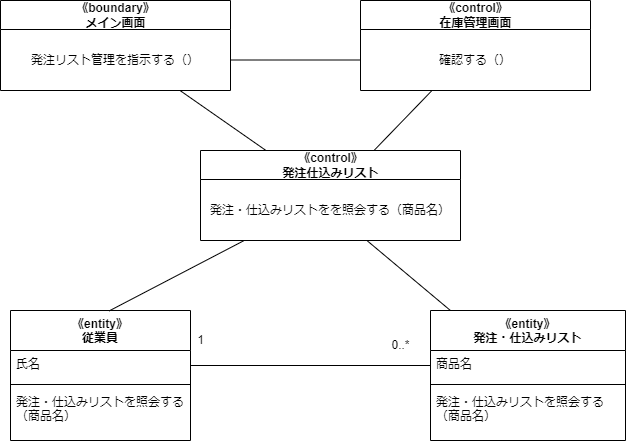
This is psp4/分析モデルのクラス図/分析モデルクラス図_発注仕込み.drawio.png from MasakiHiguchi/---, a draw.io export, as it was before one commit. Source tidied: cells renumbered, new cells last; positions are measured from the earlier drawing's top-left corner, leaving out a move shared by most shapes.
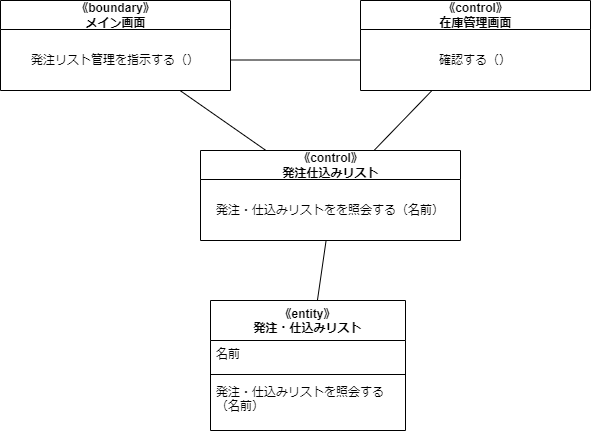
Above is the later version.

The edit, as a diff of the source:
```diff
@@ -2,25 +2,10 @@
   <root>
     <mxCell id="0" />
     <mxCell id="1" parent="0" />
-    <mxCell id="2" value="《entity》&#10;従業員" style="swimlane;fontStyle=1;align=center;verticalAlign=top;horizontal=1;startSize=40;" parent="1" vertex="1">
-      <mxGeometry x="10" y="310" width="180" height="130" as="geometry" />
-    </mxCell>
-    <mxCell id="3" value="氏名" style="text;strokeColor=none;fillColor=none;align=left;verticalAlign=top;spacingLeft=4;spacingRight=4;overflow=hidden;points=[[0,0.5],[1,0.5]];portConstraint=eastwest;" parent="2" vertex="1">
-      <mxGeometry y="40" width="180" height="30" as="geometry" />
-    </mxCell>
-    <mxCell id="4" style="line;strokeWidth=1;fillColor=none;align=left;verticalAlign=middle;spacingTop=-1;spacingLeft=3;spacingRight=3;labelPosition=right;strokeColor=inherit;" parent="2" vertex="1">
-      <mxGeometry y="70" width="180" height="8" as="geometry" />
-    </mxCell>
-    <mxCell id="5" value="発注・仕込みリストを照会する&#10;（商品名）" style="text;strokeColor=none;fillColor=none;align=left;verticalAlign=top;spacingLeft=4;spacingRight=4;overflow=hidden;" parent="2" vertex="1">
-      <mxGeometry y="78" width="180" height="52" as="geometry" />
-    </mxCell>
-    <mxCell id="6" style="edgeStyle=none;html=1;entryX=0.547;entryY=0.004;entryDx=0;entryDy=0;entryPerimeter=0;endArrow=none;endFill=0;" parent="1" edge="1" source="7" target="2">
-      <mxGeometry relative="1" as="geometry" />
-    </mxCell>
     <mxCell id="7" value="《control》&lt;br&gt;発注仕込みリスト" style="swimlane;fontStyle=1;align=center;verticalAlign=middle;horizontal=1;startSize=29;html=1;" parent="1" vertex="1">
       <mxGeometry x="200" y="150" width="260" height="90" as="geometry" />
     </mxCell>
-    <mxCell id="8" value="発注・仕込みリストをを照会する（商品名）" style="text;html=1;strokeColor=none;fillColor=none;align=center;verticalAlign=middle;spacingLeft=4;spacingRight=4;overflow=hidden;points=[[0,0.5],[1,0.5]];portConstraint=eastwest;" parent="7" vertex="1">
+    <mxCell id="8" value="発注・仕込みリストをを照会する（名前）" style="text;html=1;strokeColor=none;fillColor=none;align=center;verticalAlign=middle;spacingLeft=4;spacingRight=4;overflow=hidden;points=[[0,0.5],[1,0.5]];portConstraint=eastwest;" parent="7" vertex="1">
       <mxGeometry y="29" width="260" height="61" as="geometry" />
     </mxCell>
     <mxCell id="9" style="edgeStyle=none;html=1;endArrow=none;endFill=0;" parent="1" edge="1" source="10" target="7">
@@ -45,26 +30,17 @@
       <mxGeometry relative="1" as="geometry" />
     </mxCell>
     <mxCell id="16" value="《entity》&#10;発注・仕込みリスト" style="swimlane;fontStyle=1;align=center;verticalAlign=top;horizontal=1;startSize=40;" parent="1" vertex="1">
-      <mxGeometry x="430" y="310" width="195" height="130" as="geometry" />
+      <mxGeometry x="210" y="300" width="195" height="130" as="geometry" />
     </mxCell>
-    <mxCell id="17" value="商品名" style="text;strokeColor=none;fillColor=none;align=left;verticalAlign=top;spacingLeft=4;spacingRight=4;overflow=hidden;points=[[0,0.5],[1,0.5]];portConstraint=eastwest;" parent="16" vertex="1">
+    <mxCell id="17" value="名前" style="text;strokeColor=none;fillColor=none;align=left;verticalAlign=top;spacingLeft=4;spacingRight=4;overflow=hidden;points=[[0,0.5],[1,0.5]];portConstraint=eastwest;" parent="16" vertex="1">
       <mxGeometry y="40" width="195" height="30" as="geometry" />
     </mxCell>
     <mxCell id="18" style="line;strokeWidth=1;fillColor=none;align=left;verticalAlign=middle;spacingTop=-1;spacingLeft=3;spacingRight=3;labelPosition=right;strokeColor=inherit;" parent="16" vertex="1">
       <mxGeometry y="70" width="195" height="8" as="geometry" />
     </mxCell>
-    <mxCell id="19" value="発注・仕込みリストを照会する&#10;（商品名）" style="text;strokeColor=none;fillColor=none;align=left;verticalAlign=top;spacingLeft=4;spacingRight=4;overflow=hidden;" parent="16" vertex="1">
+    <mxCell id="19" value="発注・仕込みリストを照会する&#10;（名前）" style="text;strokeColor=none;fillColor=none;align=left;verticalAlign=top;spacingLeft=4;spacingRight=4;overflow=hidden;" parent="16" vertex="1">
       <mxGeometry y="78" width="195" height="52" as="geometry" />
     </mxCell>
-    <mxCell id="20" style="edgeStyle=none;html=1;endArrow=none;endFill=0;entryX=0;entryY=0.5;entryDx=0;entryDy=0;" parent="1" edge="1" source="3" target="17">
-      <mxGeometry relative="1" as="geometry" />
-    </mxCell>
-    <mxCell id="21" value="0..*" style="text;html=1;align=center;verticalAlign=middle;strokeColor=none;fillColor=none;" parent="1" vertex="1">
-      <mxGeometry x="380" y="330" width="40" height="30" as="geometry" />
-    </mxCell>
-    <mxCell id="22" value="1" style="text;html=1;align=center;verticalAlign=middle;strokeColor=none;fillColor=none;" parent="1" vertex="1">
-      <mxGeometry x="185" y="325" width="30" height="30" as="geometry" />
-    </mxCell>
     <mxCell id="23" style="edgeStyle=none;html=1;endArrow=none;endFill=0;" parent="1" edge="1" source="8" target="16">
       <mxGeometry relative="1" as="geometry" />
     </mxCell>
```
